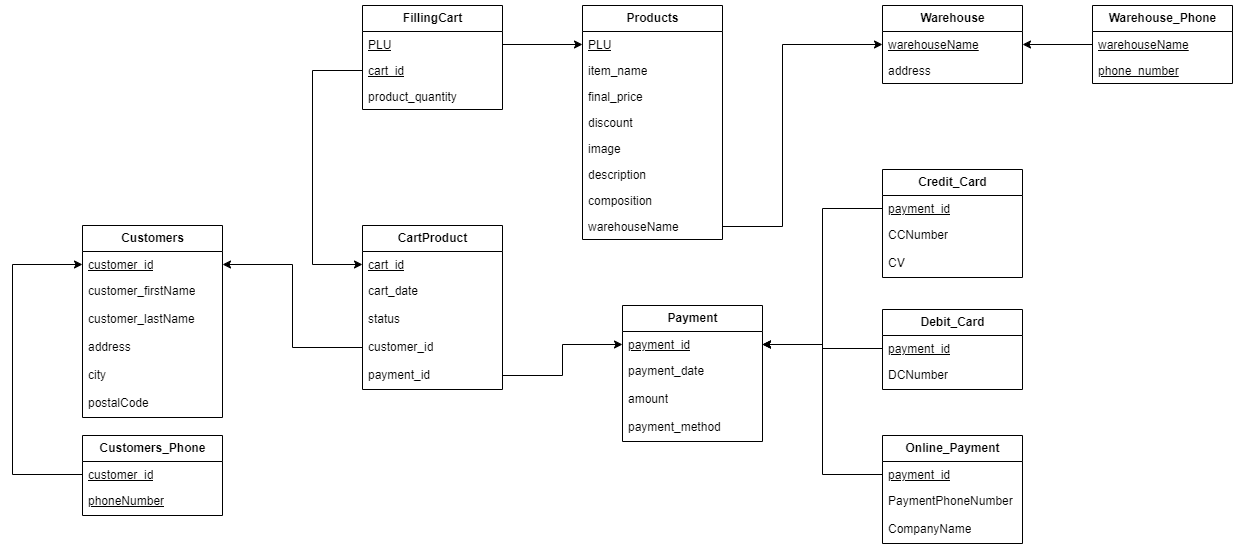
Above: Data Storing/design/Relational Diagram Indomaret.drawio.png in wargabasdat/Seleksi-2023-Tugas-1 (draw.io), before the change. Source tidied: cells renumbered, new cells last; positions are measured from the earlier drawing's top-left corner, leaving out a move shared by most shapes.
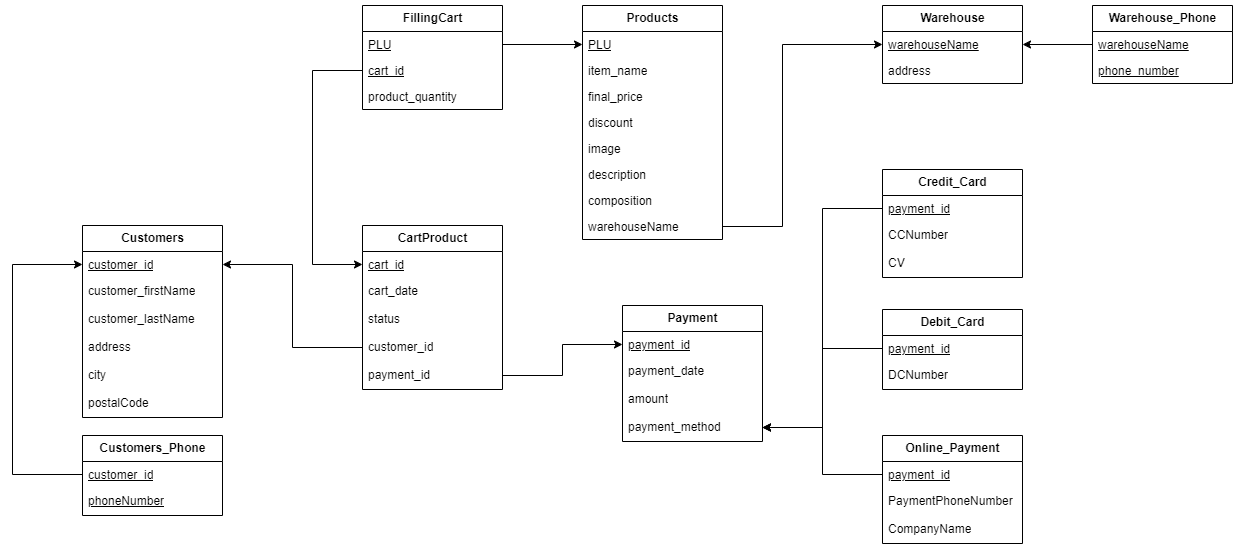
After the commit.

What changed in the source:
```diff
@@ -169,13 +169,10 @@
         </Array>
       </mxGeometry>
     </mxCell>
-    <mxCell id="56" style="edgeStyle=orthogonalEdgeStyle;rounded=0;jettySize=auto;html=1;exitX=0;exitY=0.5;exitDx=0;exitDy=0;entryX=1;entryY=0.5;entryDx=0;entryDy=0;" parent="1" edge="1" source="43" target="38">
+    <mxCell id="56" style="edgeStyle=orthogonalEdgeStyle;rounded=0;jettySize=auto;html=1;exitX=0;exitY=0.5;exitDx=0;exitDy=0;entryX=1;entryY=0.5;entryDx=0;entryDy=0;" parent="1" edge="1" source="43" target="41">
       <mxGeometry relative="1" as="geometry" />
     </mxCell>
-    <mxCell id="57" style="edgeStyle=orthogonalEdgeStyle;rounded=0;jettySize=auto;html=1;exitX=0;exitY=0.5;exitDx=0;exitDy=0;entryX=1;entryY=0.5;entryDx=0;entryDy=0;" parent="1" edge="1" source="47" target="38">
-      <mxGeometry relative="1" as="geometry" />
-    </mxCell>
-    <mxCell id="58" style="edgeStyle=orthogonalEdgeStyle;rounded=0;jettySize=auto;html=1;exitX=0;exitY=0.5;exitDx=0;exitDy=0;entryX=1;entryY=0.5;entryDx=0;entryDy=0;" parent="1" edge="1" source="50" target="38">
+    <mxCell id="58" style="edgeStyle=orthogonalEdgeStyle;rounded=0;jettySize=auto;html=1;exitX=0;exitY=0.5;exitDx=0;exitDy=0;entryX=1;entryY=0.5;entryDx=0;entryDy=0;" parent="1" edge="1" source="50" target="41">
       <mxGeometry relative="1" as="geometry" />
     </mxCell>
     <mxCell id="59" style="edgeStyle=orthogonalEdgeStyle;rounded=0;jettySize=auto;html=1;exitX=0;exitY=0.5;exitDx=0;exitDy=0;entryX=1;entryY=0.5;entryDx=0;entryDy=0;" parent="1" edge="1" source="15" target="12">
@@ -200,5 +197,8 @@
         </Array>
       </mxGeometry>
     </mxCell>
+    <mxCell id="63" style="edgeStyle=orthogonalEdgeStyle;rounded=0;jettySize=auto;html=1;entryX=1;entryY=0.5;entryDx=0;entryDy=0;" parent="1" edge="1" source="47" target="41">
+      <mxGeometry relative="1" as="geometry" />
+    </mxCell>
   </root>
 </mxGraphModel>
```
